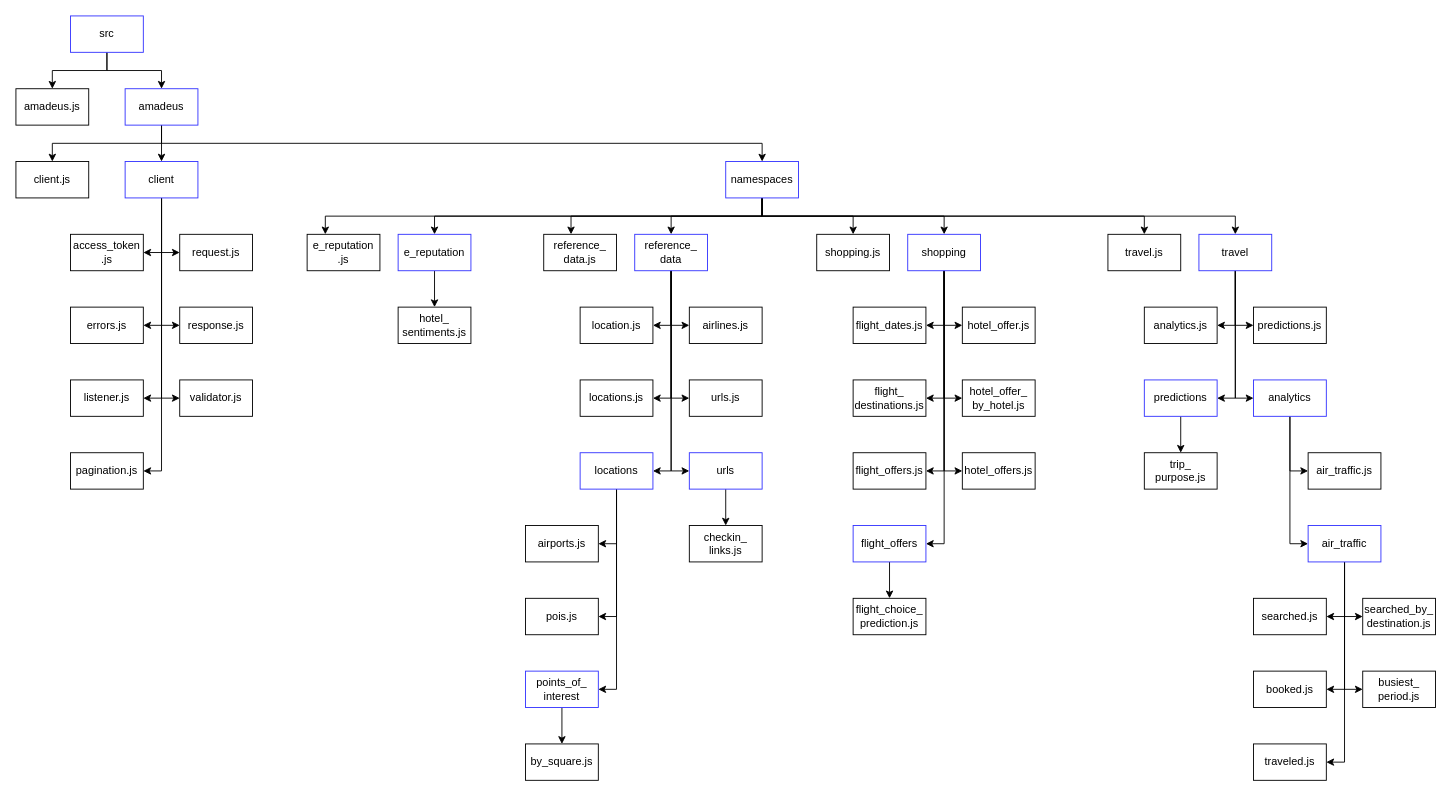
This is page "src-decomposition" (1 of 2) of a4d/a4d-nodesdk-arch.drawio from akshitsingla/drawio-diagrams, a draw.io file, before an edit. Source tidied: cells renumbered, new cells numbered last; positions are measured from the earlier drawing's top-left corner, leaving out a move shared by most shapes. Both pictures are drawn from the tidied source at 91%, with x=0, y=0 at pixel (15, 15).
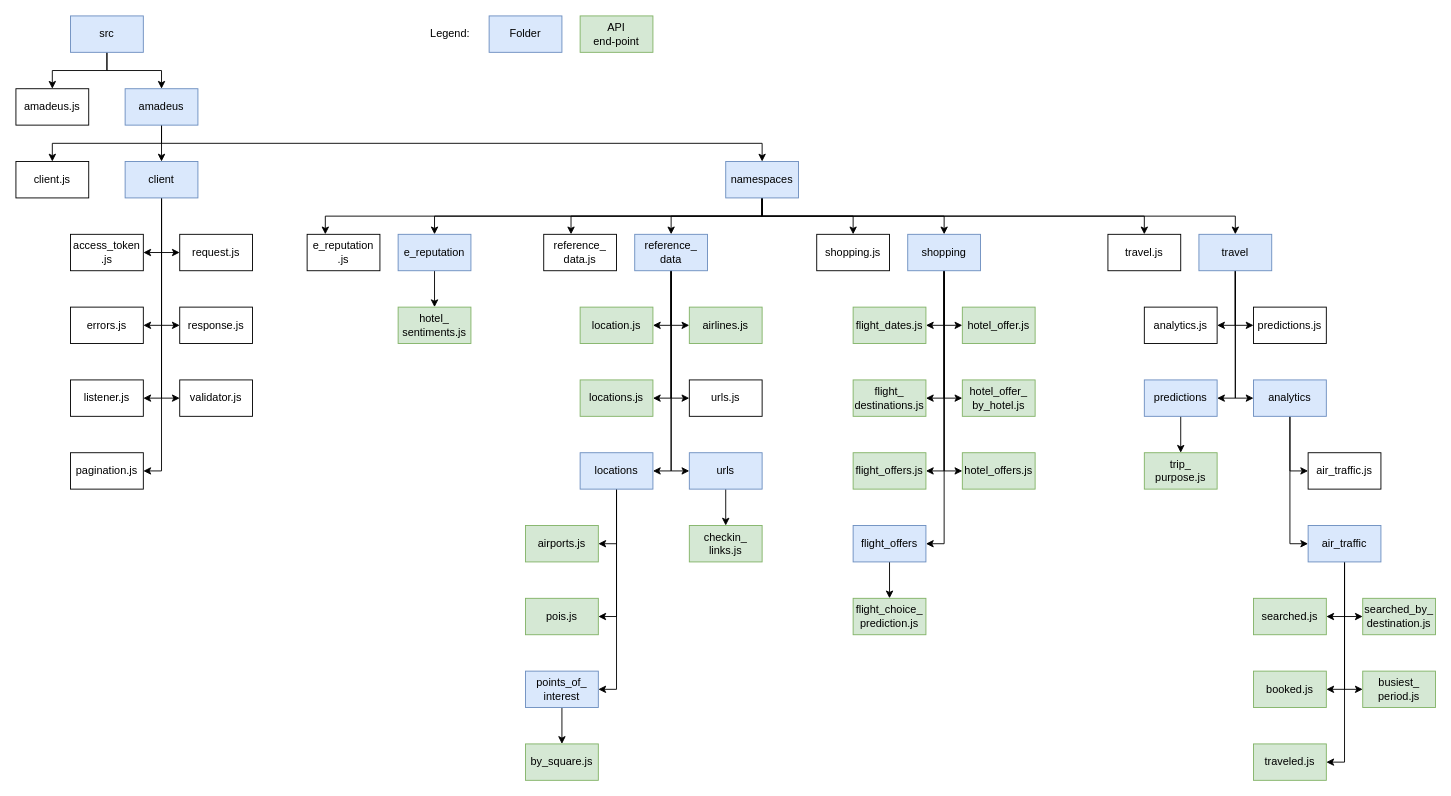
After the change.

Commit message:
Color coding

Change to the diagram source:
```diff
@@
-    <mxCell id="4" value="src" style="rounded=0;whiteSpace=wrap;html=1;strokeColor=#3333FF;" parent="1" vertex="1">
+    <mxCell id="4" value="src" style="rounded=0;whiteSpace=wrap;html=1;strokeColor=#6c8ebf;fillColor=#dae8fc;" parent="1" vertex="1">
       <mxGeometry x="60" width="80" height="40" as="geometry" />
     </mxCell>
@@
-    <mxCell id="9" value="amadeus" style="rounded=0;whiteSpace=wrap;html=1;strokeColor=#3333FF;" parent="1" vertex="1">
+    <mxCell id="9" value="amadeus" style="rounded=0;whiteSpace=wrap;html=1;strokeColor=#6c8ebf;fillColor=#dae8fc;" parent="1" vertex="1">
       <mxGeometry x="120" y="80" width="80" height="40" as="geometry" />
     </mxCell>
@@
-    <mxCell id="18" value="client" style="rounded=0;whiteSpace=wrap;html=1;strokeColor=#3333FF;" parent="1" vertex="1">
+    <mxCell id="18" value="client" style="rounded=0;whiteSpace=wrap;html=1;strokeColor=#6c8ebf;fillColor=#dae8fc;" parent="1" vertex="1">
       <mxGeometry x="120" y="160" width="80" height="40" as="geometry" />
     </mxCell>
@@
-    <mxCell id="27" value="namespaces" style="rounded=0;whiteSpace=wrap;html=1;strokeColor=#3333FF;" parent="1" vertex="1">
+    <mxCell id="27" value="namespaces" style="rounded=0;whiteSpace=wrap;html=1;strokeColor=#6c8ebf;fillColor=#dae8fc;" parent="1" vertex="1">
       <mxGeometry x="780" y="160" width="80" height="40" as="geometry" />
     </mxCell>
@@
-    <mxCell id="37" value="e_reputation" style="rounded=0;whiteSpace=wrap;html=1;strokeColor=#3333FF;" parent="1" vertex="1">
+    <mxCell id="37" value="e_reputation" style="rounded=0;whiteSpace=wrap;html=1;strokeColor=#6c8ebf;fillColor=#dae8fc;" parent="1" vertex="1">
       <mxGeometry x="420" y="240" width="80" height="40" as="geometry" />
     </mxCell>
@@
-    <mxCell id="45" value="reference_&lt;br&gt;data" style="rounded=0;whiteSpace=wrap;html=1;strokeColor=#3333FF;" parent="1" vertex="1">
+    <mxCell id="45" value="reference_&lt;br&gt;data" style="rounded=0;whiteSpace=wrap;html=1;strokeColor=#6c8ebf;fillColor=#dae8fc;" parent="1" vertex="1">
       <mxGeometry x="680" y="240" width="80" height="40" as="geometry" />
     </mxCell>
@@
-    <mxCell id="54" value="shopping" style="rounded=0;whiteSpace=wrap;html=1;strokeColor=#3333FF;" parent="1" vertex="1">
+    <mxCell id="54" value="shopping" style="rounded=0;whiteSpace=wrap;html=1;strokeColor=#6c8ebf;fillColor=#dae8fc;" parent="1" vertex="1">
       <mxGeometry x="980" y="240" width="80" height="40" as="geometry" />
     </mxCell>
@@
-    <mxCell id="60" value="travel" style="rounded=0;whiteSpace=wrap;html=1;strokeColor=#3333FF;" parent="1" vertex="1">
+    <mxCell id="60" value="travel" style="rounded=0;whiteSpace=wrap;html=1;strokeColor=#6c8ebf;fillColor=#dae8fc;" parent="1" vertex="1">
       <mxGeometry x="1300" y="240" width="80" height="40" as="geometry" />
     </mxCell>
-    <mxCell id="61" value="hotel_&lt;br&gt;sentiments.js" style="rounded=0;whiteSpace=wrap;html=1;" parent="1" vertex="1">
+    <mxCell id="61" value="hotel_&lt;br&gt;sentiments.js" style="rounded=0;whiteSpace=wrap;html=1;fillColor=#d5e8d4;strokeColor=#82b366;" parent="1" vertex="1">
       <mxGeometry x="420" y="320" width="80" height="40" as="geometry" />
     </mxCell>
-    <mxCell id="62" value="flight_dates.js" style="rounded=0;whiteSpace=wrap;html=1;" parent="1" vertex="1">
+    <mxCell id="62" value="flight_dates.js" style="rounded=0;whiteSpace=wrap;html=1;fillColor=#d5e8d4;strokeColor=#82b366;" parent="1" vertex="1">
       <mxGeometry x="920" y="320" width="80" height="40" as="geometry" />
     </mxCell>
-    <mxCell id="63" value="flight_&lt;br&gt;destinations.js" style="rounded=0;whiteSpace=wrap;html=1;" parent="1" vertex="1">
+    <mxCell id="63" value="flight_&lt;br&gt;destinations.js" style="rounded=0;whiteSpace=wrap;html=1;fillColor=#d5e8d4;strokeColor=#82b366;" parent="1" vertex="1">
       <mxGeometry x="920" y="400" width="80" height="40" as="geometry" />
     </mxCell>
-    <mxCell id="64" value="flight_offers.js" style="rounded=0;whiteSpace=wrap;html=1;" parent="1" vertex="1">
+    <mxCell id="64" value="flight_offers.js" style="rounded=0;whiteSpace=wrap;html=1;fillColor=#d5e8d4;strokeColor=#82b366;" parent="1" vertex="1">
       <mxGeometry x="920" y="480" width="80" height="40" as="geometry" />
     </mxCell>
-    <mxCell id="65" value="hotel_offer.js" style="rounded=0;whiteSpace=wrap;html=1;" parent="1" vertex="1">
+    <mxCell id="65" value="hotel_offer.js" style="rounded=0;whiteSpace=wrap;html=1;fillColor=#d5e8d4;strokeColor=#82b366;" parent="1" vertex="1">
       <mxGeometry x="1040" y="320" width="80" height="40" as="geometry" />
     </mxCell>
-    <mxCell id="66" value="hotel_offer_&lt;br&gt;by_hotel.js" style="rounded=0;whiteSpace=wrap;html=1;" parent="1" vertex="1">
+    <mxCell id="66" value="hotel_offer_&lt;br&gt;by_hotel.js" style="rounded=0;whiteSpace=wrap;html=1;fillColor=#d5e8d4;strokeColor=#82b366;" parent="1" vertex="1">
       <mxGeometry x="1040" y="400" width="80" height="40" as="geometry" />
     </mxCell>
-    <mxCell id="67" value="hotel_offers.js" style="rounded=0;whiteSpace=wrap;html=1;" parent="1" vertex="1">
+    <mxCell id="67" value="hotel_offers.js" style="rounded=0;whiteSpace=wrap;html=1;fillColor=#d5e8d4;strokeColor=#82b366;" parent="1" vertex="1">
       <mxGeometry x="1040" y="480" width="80" height="40" as="geometry" />
     </mxCell>
@@
-    <mxCell id="69" value="flight_offers" style="rounded=0;whiteSpace=wrap;html=1;strokeColor=#3333FF;" parent="1" vertex="1">
+    <mxCell id="69" value="flight_offers" style="rounded=0;whiteSpace=wrap;html=1;strokeColor=#6c8ebf;fillColor=#dae8fc;" parent="1" vertex="1">
       <mxGeometry x="920" y="560" width="80" height="40" as="geometry" />
     </mxCell>
-    <mxCell id="70" value="flight_choice_&lt;br&gt;prediction.js" style="rounded=0;whiteSpace=wrap;html=1;" parent="1" vertex="1">
+    <mxCell id="70" value="flight_choice_&lt;br&gt;prediction.js" style="rounded=0;whiteSpace=wrap;html=1;fillColor=#d5e8d4;strokeColor=#82b366;" parent="1" vertex="1">
       <mxGeometry x="920" y="640" width="80" height="40" as="geometry" />
     </mxCell>
-    <mxCell id="71" value="location.js" style="rounded=0;whiteSpace=wrap;html=1;" parent="1" vertex="1">
+    <mxCell id="71" value="location.js" style="rounded=0;whiteSpace=wrap;html=1;fillColor=#d5e8d4;strokeColor=#82b366;" parent="1" vertex="1">
       <mxGeometry x="620" y="320" width="80" height="40" as="geometry" />
     </mxCell>
-    <mxCell id="72" value="locations.js" style="rounded=0;whiteSpace=wrap;html=1;" parent="1" vertex="1">
+    <mxCell id="72" value="locations.js" style="rounded=0;whiteSpace=wrap;html=1;fillColor=#d5e8d4;strokeColor=#82b366;" parent="1" vertex="1">
       <mxGeometry x="620" y="400" width="80" height="40" as="geometry" />
     </mxCell>
@@
-    <mxCell id="76" value="locations" style="rounded=0;whiteSpace=wrap;html=1;strokeColor=#3333FF;" parent="1" vertex="1">
+    <mxCell id="76" value="locations" style="rounded=0;whiteSpace=wrap;html=1;strokeColor=#6c8ebf;fillColor=#dae8fc;" parent="1" vertex="1">
       <mxGeometry x="620" y="480" width="80" height="40" as="geometry" />
     </mxCell>
-    <mxCell id="77" value="airlines.js" style="rounded=0;whiteSpace=wrap;html=1;" parent="1" vertex="1">
+    <mxCell id="77" value="airlines.js" style="rounded=0;whiteSpace=wrap;html=1;fillColor=#d5e8d4;strokeColor=#82b366;" parent="1" vertex="1">
       <mxGeometry x="740" y="320" width="80" height="40" as="geometry" />
     </mxCell>
@@
-    <mxCell id="80" value="urls" style="rounded=0;whiteSpace=wrap;html=1;strokeColor=#3333FF;" parent="1" vertex="1">
+    <mxCell id="80" value="urls" style="rounded=0;whiteSpace=wrap;html=1;strokeColor=#6c8ebf;fillColor=#dae8fc;" parent="1" vertex="1">
       <mxGeometry x="740" y="480" width="80" height="40" as="geometry" />
     </mxCell>
-    <mxCell id="81" value="checkin_&lt;br&gt;links.js" style="rounded=0;whiteSpace=wrap;html=1;" parent="1" vertex="1">
+    <mxCell id="81" value="checkin_&lt;br&gt;links.js" style="rounded=0;whiteSpace=wrap;html=1;fillColor=#d5e8d4;strokeColor=#82b366;" parent="1" vertex="1">
       <mxGeometry x="740" y="560" width="80" height="40" as="geometry" />
     </mxCell>
-    <mxCell id="82" value="airports.js" style="rounded=0;whiteSpace=wrap;html=1;" parent="1" vertex="1">
+    <mxCell id="82" value="airports.js" style="rounded=0;whiteSpace=wrap;html=1;fillColor=#d5e8d4;strokeColor=#82b366;" parent="1" vertex="1">
       <mxGeometry x="560" y="560" width="80" height="40" as="geometry" />
     </mxCell>
-    <mxCell id="83" value="pois.js" style="rounded=0;whiteSpace=wrap;html=1;" parent="1" vertex="1">
+    <mxCell id="83" value="pois.js" style="rounded=0;whiteSpace=wrap;html=1;fillColor=#d5e8d4;strokeColor=#82b366;" parent="1" vertex="1">
       <mxGeometry x="560" y="640" width="80" height="40" as="geometry" />
     </mxCell>
@@
-    <mxCell id="85" value="points_of_&lt;br&gt;interest" style="rounded=0;whiteSpace=wrap;html=1;strokeColor=#3333FF;" parent="1" vertex="1">
+    <mxCell id="85" value="points_of_&lt;br&gt;interest" style="rounded=0;whiteSpace=wrap;html=1;strokeColor=#6c8ebf;fillColor=#dae8fc;" parent="1" vertex="1">
       <mxGeometry x="560" y="720" width="80" height="40" as="geometry" />
     </mxCell>
-    <mxCell id="86" value="by_square.js" style="rounded=0;whiteSpace=wrap;html=1;" parent="1" vertex="1">
+    <mxCell id="86" value="by_square.js" style="rounded=0;whiteSpace=wrap;html=1;fillColor=#d5e8d4;strokeColor=#82b366;" parent="1" vertex="1">
       <mxGeometry x="560" y="800" width="80" height="40" as="geometry" />
     </mxCell>
@@
-    <mxCell id="91" value="analytics" style="rounded=0;whiteSpace=wrap;html=1;strokeColor=#3333FF;" parent="1" vertex="1">
+    <mxCell id="91" value="analytics" style="rounded=0;whiteSpace=wrap;html=1;strokeColor=#6c8ebf;fillColor=#dae8fc;" parent="1" vertex="1">
       <mxGeometry x="1360" y="400" width="80" height="40" as="geometry" />
     </mxCell>
@@
-    <mxCell id="93" value="predictions" style="rounded=0;whiteSpace=wrap;html=1;strokeColor=#3333FF;" parent="1" vertex="1">
+    <mxCell id="93" value="predictions" style="rounded=0;whiteSpace=wrap;html=1;strokeColor=#6c8ebf;fillColor=#dae8fc;" parent="1" vertex="1">
       <mxGeometry x="1240" y="400" width="80" height="40" as="geometry" />
     </mxCell>
@@
-    <mxCell id="100" value="air_traffic" style="rounded=0;whiteSpace=wrap;html=1;strokeColor=#3333FF;" parent="1" vertex="1">
+    <mxCell id="100" value="air_traffic" style="rounded=0;whiteSpace=wrap;html=1;strokeColor=#6c8ebf;fillColor=#dae8fc;" parent="1" vertex="1">
       <mxGeometry x="1420" y="560" width="80" height="40" as="geometry" />
     </mxCell>
-    <mxCell id="101" value="booked.js" style="rounded=0;whiteSpace=wrap;html=1;" parent="1" vertex="1">
+    <mxCell id="101" value="booked.js" style="rounded=0;whiteSpace=wrap;html=1;fillColor=#d5e8d4;strokeColor=#82b366;" parent="1" vertex="1">
       <mxGeometry x="1360" y="720" width="80" height="40" as="geometry" />
     </mxCell>
-    <mxCell id="102" value="busiest_&lt;br&gt;period.js" style="rounded=0;whiteSpace=wrap;html=1;" parent="1" vertex="1">
+    <mxCell id="102" value="busiest_&lt;br&gt;period.js" style="rounded=0;whiteSpace=wrap;html=1;fillColor=#d5e8d4;strokeColor=#82b366;" parent="1" vertex="1">
       <mxGeometry x="1480" y="720" width="80" height="40" as="geometry" />
     </mxCell>
-    <mxCell id="103" value="searched_by_&lt;br&gt;destination.js" style="rounded=0;whiteSpace=wrap;html=1;" parent="1" vertex="1">
+    <mxCell id="103" value="searched_by_&lt;br&gt;destination.js" style="rounded=0;whiteSpace=wrap;html=1;fillColor=#d5e8d4;strokeColor=#82b366;" parent="1" vertex="1">
       <mxGeometry x="1480" y="640" width="80" height="40" as="geometry" />
     </mxCell>
-    <mxCell id="104" value="searched.js" style="rounded=0;whiteSpace=wrap;html=1;" parent="1" vertex="1">
+    <mxCell id="104" value="searched.js" style="rounded=0;whiteSpace=wrap;html=1;fillColor=#d5e8d4;strokeColor=#82b366;" parent="1" vertex="1">
       <mxGeometry x="1360" y="640" width="80" height="40" as="geometry" />
     </mxCell>
-    <mxCell id="105" value="traveled.js" style="rounded=0;whiteSpace=wrap;html=1;" parent="1" vertex="1">
+    <mxCell id="105" value="traveled.js" style="rounded=0;whiteSpace=wrap;html=1;fillColor=#d5e8d4;strokeColor=#82b366;" parent="1" vertex="1">
       <mxGeometry x="1360" y="800" width="80" height="40" as="geometry" />
     </mxCell>
-    <mxCell id="106" value="trip_&lt;br&gt;purpose.js" style="rounded=0;whiteSpace=wrap;html=1;" parent="1" vertex="1">
+    <mxCell id="106" value="trip_&lt;br&gt;purpose.js" style="rounded=0;whiteSpace=wrap;html=1;fillColor=#d5e8d4;strokeColor=#82b366;" parent="1" vertex="1">
       <mxGeometry x="1240" y="480" width="80" height="40" as="geometry" />
     </mxCell>
+    <mxCell id="107" value="Folder" style="rounded=0;whiteSpace=wrap;html=1;strokeColor=#6c8ebf;fillColor=#dae8fc;" parent="1" vertex="1">
+      <mxGeometry x="520" width="80" height="40" as="geometry" />
+    </mxCell>
+    <mxCell id="108" value="API&lt;br&gt;end-point" style="rounded=0;whiteSpace=wrap;html=1;strokeColor=#82b366;fillColor=#d5e8d4;" parent="1" vertex="1">
+      <mxGeometry x="620" width="80" height="40" as="geometry" />
+    </mxCell>
+    <mxCell id="109" value="Legend:" style="text;html=1;align=right;verticalAlign=middle;" parent="1" vertex="1">
+      <mxGeometry x="440" y="10" width="60" height="20" as="geometry" />
+    </mxCell>
```
